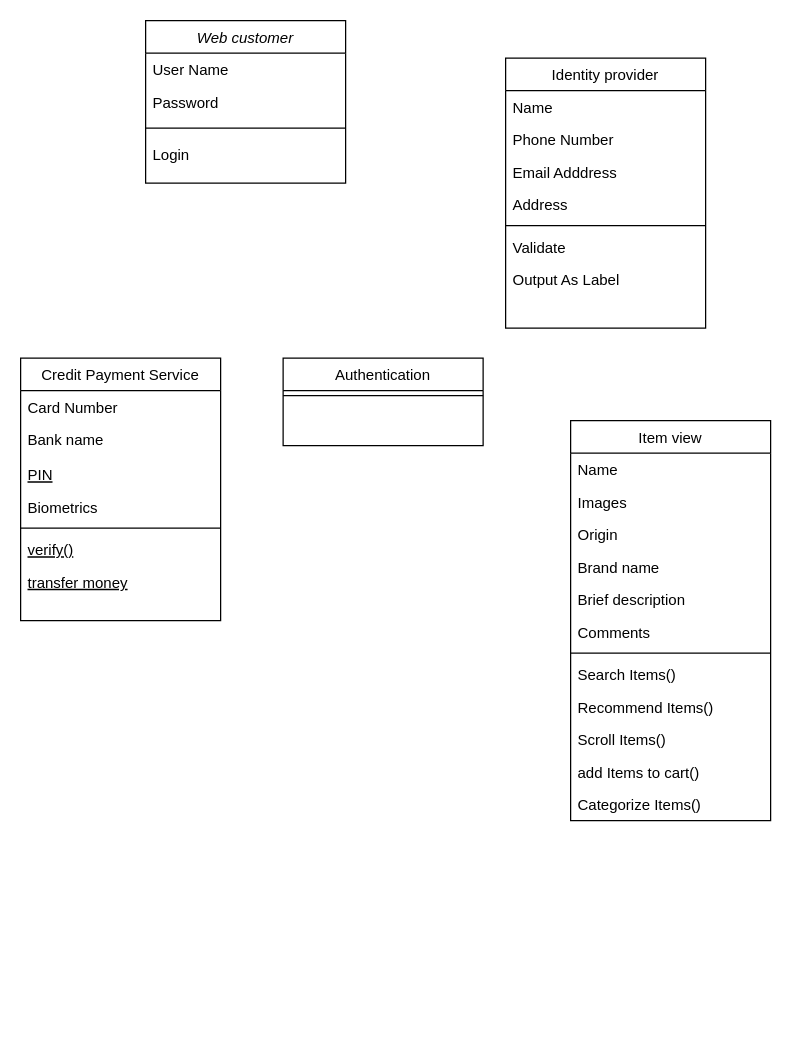
The draw.io diagram tu-dien/Biểu đồ không có tiêu đề.drawio in 22022658NguyenTienKhoi/dict, before the edit. Source tidied: cells renumbered, new cells numbered last; positions are measured from the earlier drawing's top-left corner, leaving out a move shared by most shapes. Both pictures are drawn from the tidied source at 125%, with x=0, y=0 at pixel (20, 20).
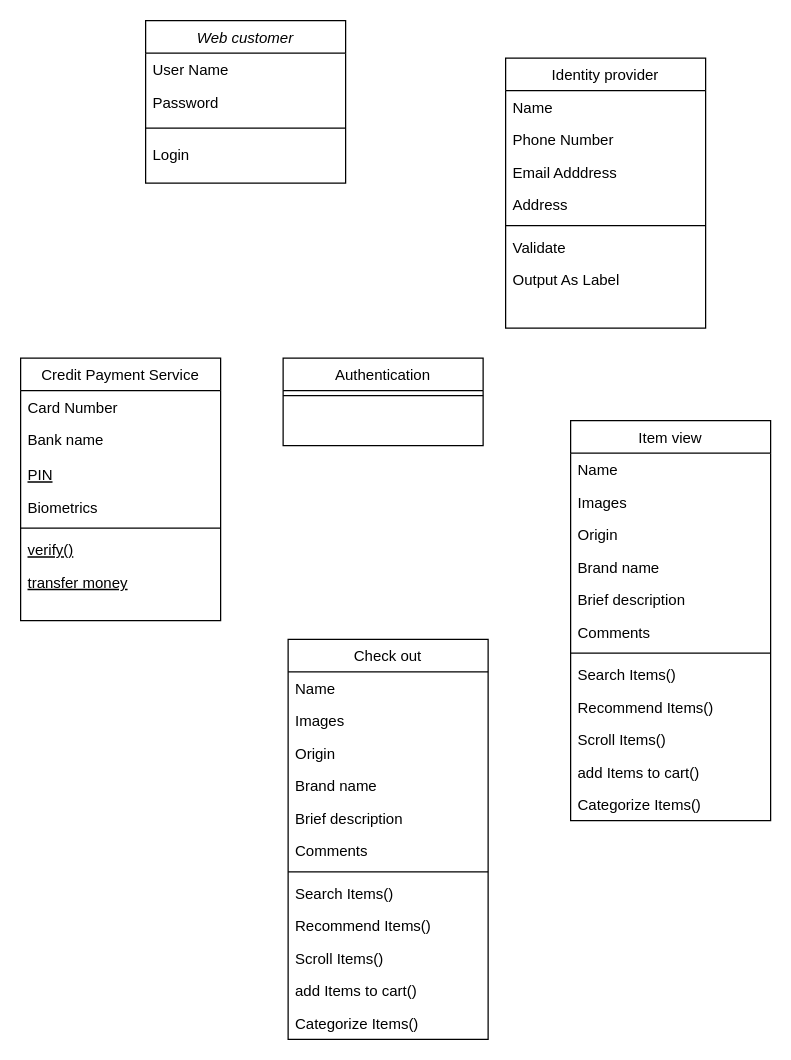
The same diagram, later.

Commit message (it also covers changes not shown here):
Cập nhật Biểu đồ không có tiêu đề.drawio

Diff of the diagram source:
```diff
@@
+    <mxCell id="38" value="Check out" style="swimlane;fontStyle=0;align=center;verticalAlign=top;horizontal=1;startSize=26;rounded=0;shadow=0;strokeWidth=1;" parent="1" vertex="1">
+      <mxGeometry x="214" y="495" width="160" height="320" as="geometry" />
+    </mxCell>
+    <mxCell id="39" value="Name" style="text;align=left;verticalAlign=top;spacingLeft=4;spacingRight=4;overflow=hidden;rounded=0;shadow=0;html=0;" parent="38" vertex="1">
+      <mxGeometry y="26" width="160" height="26" as="geometry" />
+    </mxCell>
+    <mxCell id="40" value="Images" style="text;align=left;verticalAlign=top;spacingLeft=4;spacingRight=4;overflow=hidden;rounded=0;shadow=0;html=0;" parent="38" vertex="1">
+      <mxGeometry y="52" width="160" height="26" as="geometry" />
+    </mxCell>
+    <mxCell id="41" value="Origin" style="text;align=left;verticalAlign=top;spacingLeft=4;spacingRight=4;overflow=hidden;rounded=0;shadow=0;html=0;" parent="38" vertex="1">
+      <mxGeometry y="78" width="160" height="26" as="geometry" />
+    </mxCell>
+    <mxCell id="42" value="Brand name" style="text;align=left;verticalAlign=top;spacingLeft=4;spacingRight=4;overflow=hidden;rounded=0;shadow=0;html=0;" parent="38" vertex="1">
+      <mxGeometry y="104" width="160" height="26" as="geometry" />
+    </mxCell>
+    <mxCell id="43" value="Brief description" style="text;align=left;verticalAlign=top;spacingLeft=4;spacingRight=4;overflow=hidden;rounded=0;shadow=0;html=0;" parent="38" vertex="1">
+      <mxGeometry y="130" width="160" height="26" as="geometry" />
+    </mxCell>
+    <mxCell id="44" value="Comments" style="text;align=left;verticalAlign=top;spacingLeft=4;spacingRight=4;overflow=hidden;rounded=0;shadow=0;html=0;" parent="38" vertex="1">
+      <mxGeometry y="156" width="160" height="26" as="geometry" />
+    </mxCell>
+    <mxCell id="45" style="line;html=1;strokeWidth=1;align=left;verticalAlign=middle;spacingTop=-1;spacingLeft=3;spacingRight=3;labelPosition=right;" parent="38" vertex="1">
+      <mxGeometry y="182" width="160" height="8" as="geometry" />
+    </mxCell>
+    <mxCell id="46" value="Search Items()" style="text;align=left;verticalAlign=top;spacingLeft=4;spacingRight=4;overflow=hidden;" parent="38" vertex="1">
+      <mxGeometry y="190" width="160" height="26" as="geometry" />
+    </mxCell>
+    <mxCell id="47" value="Recommend Items()" style="text;align=left;verticalAlign=top;spacingLeft=4;spacingRight=4;overflow=hidden;" parent="38" vertex="1">
+      <mxGeometry y="216" width="160" height="26" as="geometry" />
+    </mxCell>
+    <mxCell id="48" value="Scroll Items()" style="text;align=left;verticalAlign=top;spacingLeft=4;spacingRight=4;overflow=hidden;" parent="38" vertex="1">
+      <mxGeometry y="242" width="160" height="26" as="geometry" />
+    </mxCell>
+    <mxCell id="49" value="add Items to cart()" style="text;align=left;verticalAlign=top;spacingLeft=4;spacingRight=4;overflow=hidden;" parent="38" vertex="1">
+      <mxGeometry y="268" width="160" height="26" as="geometry" />
+    </mxCell>
+    <mxCell id="50" value="Categorize Items()" style="text;align=left;verticalAlign=top;spacingLeft=4;spacingRight=4;overflow=hidden;" parent="38" vertex="1">
+      <mxGeometry y="294" width="160" height="26" as="geometry" />
+    </mxCell>
```
